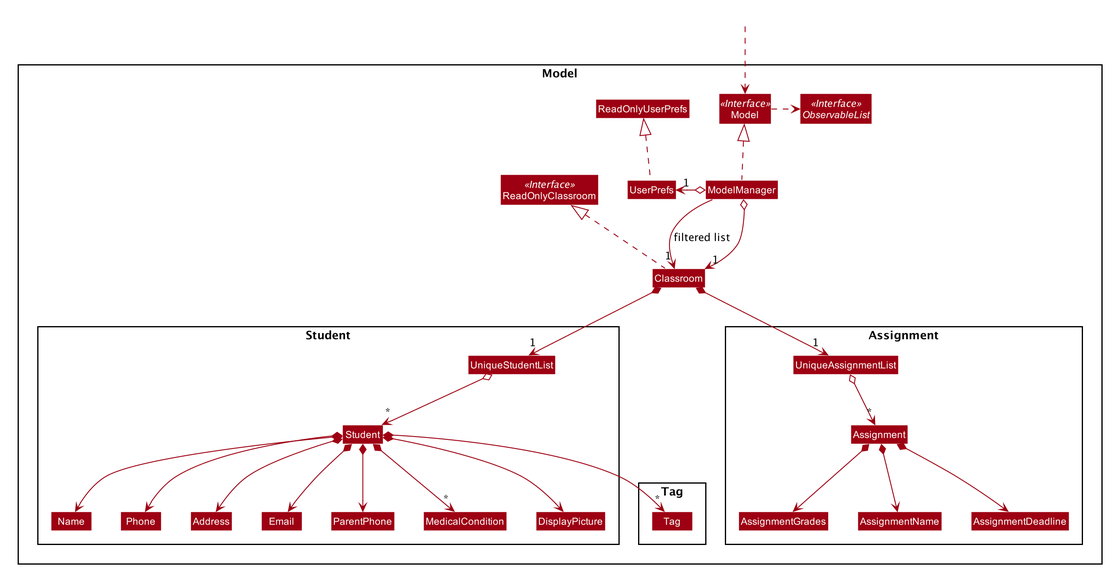
This is images/ModelClassDiagram.png from AY1920S1-CS2103-T14-1/main, a PlantUML export, as it was before one commit.
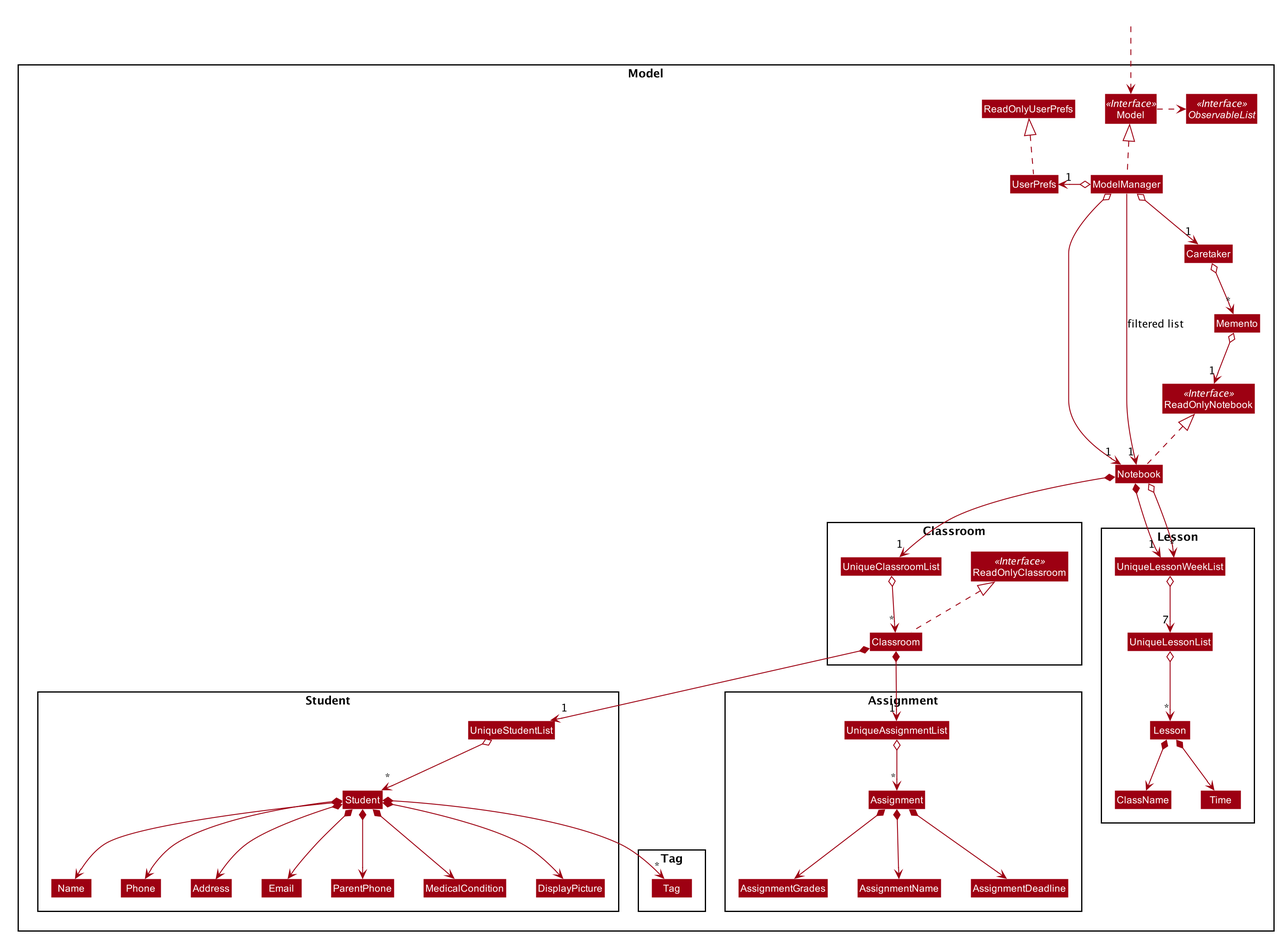
The same diagram one commit later.

Change to the diagram source:
```diff
@@ -52,11 +52,13 @@
 skinparam classBackgroundColor #9D0012
 
 Package Model <<Rectangle>>{
-Interface ReadOnlyClassroom <<Interface>>
+Interface ReadOnlyNotebook <<Interface>>
 Interface Model <<Interface>>
 Interface ObservableList <<Interface>>
-Class Classroom
-Class ReadOnlyClassroom
+Class Notebook
+Class ReadOnlyNotebook
+Class Caretaker
+Class Memento
 Class Model
 Class ModelManager
 Class UserPrefs
@@ -74,6 +76,13 @@
 Class DisplayPicture
 }
 
+Package Classroom {
+Interface ReadOnlyClassroom <<Interface>>
+Class ReadOnlyClassroom
+Class Classroom
+Class UniqueClassroomList
+}
+
 Package Tag {
 Class Tag
 }
@@ -85,18 +94,39 @@
 Class AssignmentDeadline
 Class UniqueAssignmentList
 }
+
+Package Classroom {
+Class Classroom
+Class ReadOnlyClassroom
+Class UniqueClassroomList
+}
+
+Package Lesson {
+Class Lesson
+Class ClassName
+Class Time
+Class UniqueLessonList
+Class UniqueLessonWeekList
+}
 }
 
 Class HiddenOutside #FFFFFF
 HiddenOutside ..> Model
 
 Classroom .up.|> ReadOnlyClassroom
-
+Notebook .up.|> ReadOnlyNotebook
 ModelManager .up.|> Model
 Model .right.> ObservableList
-ModelManager o--> "1" Classroom
+ModelManager o--> "1" Notebook
+ModelManager o--> "1" Caretaker
+Caretaker o--> "*" Memento
+Memento o--> "1" ReadOnlyNotebook
 ModelManager o-left-> "1" UserPrefs
 UserPrefs .up.|> ReadOnlyUserPrefs
+
+Notebook *--> "1" UniqueClassroomList
+UniqueClassroomList o--> "*" Classroom
+Notebook *--> "1" UniqueLessonWeekList
 
 Classroom *--> "1" UniqueStudentList
 UniqueStudentList o--> "*" Student
@@ -105,7 +135,7 @@
 Student *--> Email
 Student *--> Address
 Student *--> ParentPhone
-Student *--> "*" MedicalCondition
+Student *--> MedicalCondition
 Student *--> "*" Tag
 Student *--> DisplayPicture
 
@@ -115,6 +145,12 @@
 Assignment *--> AssignmentGrades
 Assignment *--> AssignmentDeadline
 
+Notebook o--> "*" UniqueLessonWeekList
+UniqueLessonWeekList o--> "7" UniqueLessonList
+UniqueLessonList o--> "*" Lesson
+Lesson *--> ClassName
+Lesson *--> Time
+
 Name -[hidden]right-> Phone
 Phone -[hidden]right-> Address
 Address -[hidden]right-> Email
@@ -122,5 +158,5 @@
 ParentPhone -[hidden]right-> MedicalCondition
 MedicalCondition -[hidden]right-> DisplayPicture
 
-ModelManager -->"1" Classroom : filtered list
+ModelManager -->"1" Notebook : filtered list
 @enduml
```
